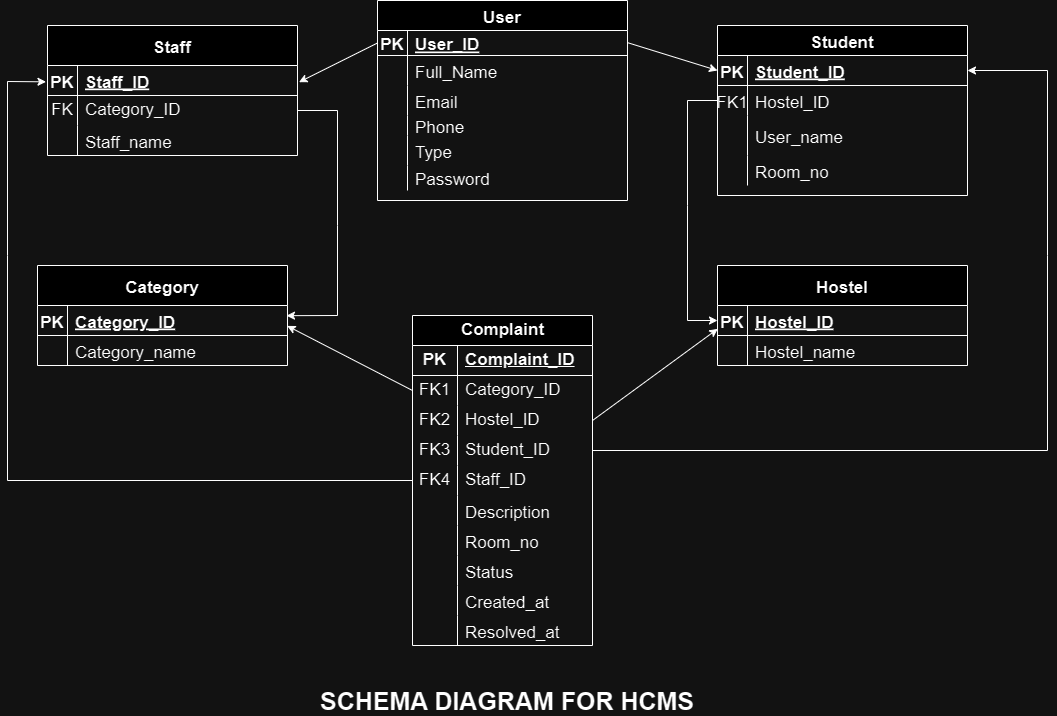
Above: images/HCMS(Schema_Diagram).drawio.png in MauuJo/Hostel-Complaint-Management-System (draw.io), before the change. Source tidied: cells renumbered, new cells last; positions are measured from the earlier drawing's top-left corner, leaving out a move shared by most shapes.
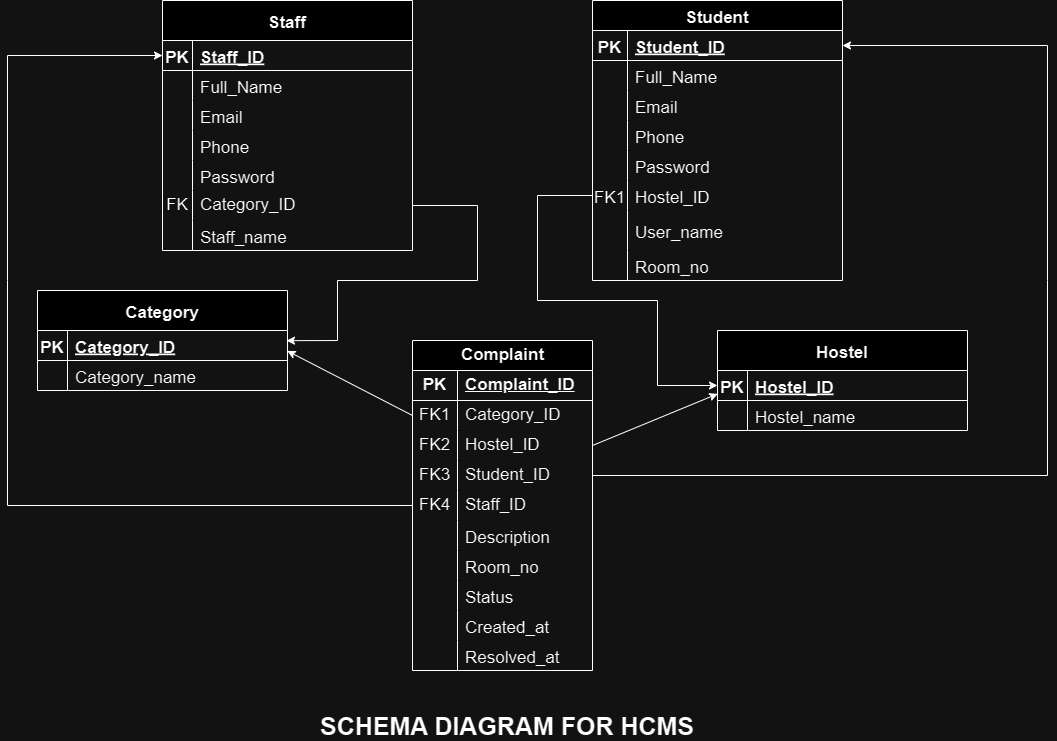
After the change.

What changed in the source:
```diff
@@ -3,46 +3,82 @@
     <mxCell id="0" />
     <mxCell id="1" parent="0" />
     <mxCell id="2" value="Student" style="shape=table;startSize=30;rowLines=0;fontStyle=1;align=center;fontSize=17;" parent="1" vertex="1">
-      <mxGeometry x="710" y="25" width="250" height="170" as="geometry" />
+      <mxGeometry x="585" y="-25" width="250" height="280" as="geometry" />
     </mxCell>
     <mxCell id="3" style="shape=partialRectangle;fillColor=none;points=[[0,0.5],[1,0.5]];portConstraint=eastwest;top=0;left=0;right=0;bottom=1;fontSize=17;" parent="2" vertex="1">
       <mxGeometry y="30" width="250" height="30" as="geometry" />
     </mxCell>
     <mxCell id="4" value="PK" style="shape=partialRectangle;overflow=hidden;fillColor=none;top=0;left=0;bottom=0;right=0;fontStyle=1;fontSize=17;" parent="3" vertex="1">
-      <mxGeometry width="30" height="30" as="geometry" />
+      <mxGeometry width="35" height="30" as="geometry" />
     </mxCell>
     <mxCell id="5" value="Student_ID" style="shape=partialRectangle;overflow=hidden;fillColor=none;top=0;left=0;bottom=0;right=0;align=left;spacingLeft=6;fontStyle=5;fontSize=17;" parent="3" vertex="1">
-      <mxGeometry x="30" width="220" height="30" as="geometry" />
+      <mxGeometry x="35" width="215" height="30" as="geometry" />
     </mxCell>
+    <mxCell id="98" style="shape=tableRow;horizontal=0;startSize=0;swimlaneHead=0;swimlaneBody=0;fillColor=none;top=0;left=0;right=0;bottom=0;" parent="2" vertex="1">
+      <mxGeometry y="60" width="250" height="30" as="geometry" />
+    </mxCell>
+    <mxCell id="99" style="shape=partialRectangle;fillColor=none;top=0;left=0;bottom=0;right=0;overflow=hidden;" parent="98" vertex="1">
+      <mxGeometry width="35" height="30" as="geometry" />
+    </mxCell>
+    <mxCell id="100" value="Full_Name" style="shape=partialRectangle;fillColor=none;top=0;left=0;bottom=0;right=0;align=left;spacingLeft=6;overflow=hidden;fontSize=17;" parent="98" vertex="1">
+      <mxGeometry x="35" width="215" height="30" as="geometry" />
+    </mxCell>
+    <mxCell id="101" style="shape=tableRow;horizontal=0;startSize=0;swimlaneHead=0;swimlaneBody=0;fillColor=none;top=0;left=0;right=0;bottom=0;" parent="2" vertex="1">
+      <mxGeometry y="90" width="250" height="30" as="geometry" />
+    </mxCell>
+    <mxCell id="102" style="shape=partialRectangle;fillColor=none;top=0;left=0;bottom=0;right=0;overflow=hidden;" parent="101" vertex="1">
+      <mxGeometry width="35" height="30" as="geometry" />
+    </mxCell>
+    <mxCell id="103" value="Email" style="shape=partialRectangle;fillColor=none;top=0;left=0;bottom=0;right=0;align=left;spacingLeft=6;overflow=hidden;fontSize=17;" parent="101" vertex="1">
+      <mxGeometry x="35" width="215" height="30" as="geometry" />
+    </mxCell>
+    <mxCell id="104" style="shape=tableRow;horizontal=0;startSize=0;swimlaneHead=0;swimlaneBody=0;fillColor=none;top=0;left=0;right=0;bottom=0;" parent="2" vertex="1">
+      <mxGeometry y="120" width="250" height="30" as="geometry" />
+    </mxCell>
+    <mxCell id="105" style="shape=partialRectangle;fillColor=none;top=0;left=0;bottom=0;right=0;overflow=hidden;" parent="104" vertex="1">
+      <mxGeometry width="35" height="30" as="geometry" />
+    </mxCell>
+    <mxCell id="106" value="Phone" style="shape=partialRectangle;fillColor=none;top=0;left=0;bottom=0;right=0;align=left;spacingLeft=6;overflow=hidden;fontSize=17;" parent="104" vertex="1">
+      <mxGeometry x="35" width="215" height="30" as="geometry" />
+    </mxCell>
+    <mxCell id="107" style="shape=tableRow;horizontal=0;startSize=0;swimlaneHead=0;swimlaneBody=0;fillColor=none;top=0;left=0;right=0;bottom=0;" parent="2" vertex="1">
+      <mxGeometry y="150" width="250" height="30" as="geometry" />
+    </mxCell>
+    <mxCell id="108" style="shape=partialRectangle;fillColor=none;top=0;left=0;bottom=0;right=0;overflow=hidden;" parent="107" vertex="1">
+      <mxGeometry width="35" height="30" as="geometry" />
+    </mxCell>
+    <mxCell id="109" value="Password" style="shape=partialRectangle;fillColor=none;top=0;left=0;bottom=0;right=0;align=left;spacingLeft=6;overflow=hidden;fontSize=17;" parent="107" vertex="1">
+      <mxGeometry x="35" width="215" height="30" as="geometry" />
+    </mxCell>
     <mxCell id="6" style="shape=partialRectangle;fillColor=none;points=[[0,0.5],[1,0.5]];portConstraint=eastwest;top=0;left=0;right=0;bottom=0;fontSize=17;" parent="2" vertex="1">
-      <mxGeometry y="60" width="250" height="30" as="geometry" />
+      <mxGeometry y="180" width="250" height="30" as="geometry" />
     </mxCell>
     <mxCell id="7" value="FK1" style="shape=partialRectangle;overflow=hidden;fillColor=none;top=0;left=0;bottom=0;right=0;fontSize=17;" parent="6" vertex="1">
-      <mxGeometry width="30" height="30" as="geometry" />
+      <mxGeometry width="35" height="30" as="geometry" />
     </mxCell>
     <mxCell id="8" value="Hostel_ID" style="shape=partialRectangle;overflow=hidden;fillColor=none;top=0;left=0;bottom=0;right=0;align=left;spacingLeft=6;fontSize=17;" parent="6" vertex="1">
-      <mxGeometry x="30" width="220" height="30" as="geometry" />
+      <mxGeometry x="35" width="215" height="30" as="geometry" />
     </mxCell>
     <mxCell id="9" style="shape=partialRectangle;fillColor=none;top=0;left=0;right=0;bottom=0;fontSize=17;" parent="2" vertex="1">
-      <mxGeometry y="90" width="250" height="40" as="geometry" />
+      <mxGeometry y="210" width="250" height="40" as="geometry" />
     </mxCell>
     <mxCell id="10" style="shape=partialRectangle;overflow=hidden;fillColor=none;top=0;left=0;bottom=0;right=0;fontSize=17;" parent="9" vertex="1">
-      <mxGeometry width="30" height="40" as="geometry" />
+      <mxGeometry width="35" height="40" as="geometry" />
     </mxCell>
     <mxCell id="11" value="User_name" style="shape=partialRectangle;overflow=hidden;fillColor=none;top=0;left=0;bottom=0;right=0;align=left;spacingLeft=6;fontSize=17;" parent="9" vertex="1">
-      <mxGeometry x="30" width="220" height="40" as="geometry" />
+      <mxGeometry x="35" width="215" height="40" as="geometry" />
     </mxCell>
     <mxCell id="12" style="shape=tableRow;horizontal=0;startSize=0;swimlaneHead=0;swimlaneBody=0;fillColor=none;top=0;left=0;right=0;bottom=0;fontSize=17;" parent="2" vertex="1">
-      <mxGeometry y="130" width="250" height="30" as="geometry" />
+      <mxGeometry y="250" width="250" height="30" as="geometry" />
     </mxCell>
     <mxCell id="13" style="shape=partialRectangle;fillColor=none;top=0;left=0;bottom=0;right=0;overflow=hidden;fontSize=17;" parent="12" vertex="1">
-      <mxGeometry width="30" height="30" as="geometry" />
+      <mxGeometry width="35" height="30" as="geometry" />
     </mxCell>
     <mxCell id="14" value="Room_no" style="shape=partialRectangle;fillColor=none;top=0;left=0;bottom=0;right=0;align=left;spacingLeft=6;overflow=hidden;fontSize=17;" parent="12" vertex="1">
-      <mxGeometry x="30" width="220" height="30" as="geometry" />
+      <mxGeometry x="35" width="215" height="30" as="geometry" />
     </mxCell>
     <mxCell id="15" value="Hostel" style="shape=table;startSize=40;rowLines=0;fontStyle=1;align=center;fontSize=17;" parent="1" vertex="1">
-      <mxGeometry x="710" y="265" width="250" height="100" as="geometry" />
+      <mxGeometry x="710" y="305" width="250" height="100" as="geometry" />
     </mxCell>
     <mxCell id="16" style="shape=partialRectangle;fillColor=none;points=[[0,0.5],[1,0.5]];portConstraint=eastwest;top=0;left=0;right=0;bottom=1;fontSize=17;" parent="15" vertex="1">
       <mxGeometry y="40" width="250" height="30" as="geometry" />
@@ -62,63 +98,6 @@
     <mxCell id="21" value="Hostel_name" style="shape=partialRectangle;overflow=hidden;fillColor=none;top=0;left=0;bottom=0;right=0;align=left;spacingLeft=6;fontSize=17;" parent="19" vertex="1">
       <mxGeometry x="30" width="220" height="30" as="geometry" />
     </mxCell>
-    <mxCell id="22" value="User" style="shape=table;startSize=30;rowLines=0;fontStyle=1;align=center;fontSize=17;" parent="1" vertex="1">
-      <mxGeometry x="370" width="250" height="200" as="geometry" />
-    </mxCell>
-    <mxCell id="23" style="shape=partialRectangle;fillColor=none;points=[[0,0.5],[1,0.5]];portConstraint=eastwest;top=0;left=0;right=0;bottom=1;fontSize=17;" parent="22" vertex="1">
-      <mxGeometry y="30" width="250" height="25" as="geometry" />
-    </mxCell>
-    <mxCell id="24" value="PK" style="shape=partialRectangle;overflow=hidden;fillColor=none;top=0;left=0;bottom=0;right=0;fontStyle=1;fontSize=17;" parent="23" vertex="1">
-      <mxGeometry width="30" height="25" as="geometry" />
-    </mxCell>
-    <mxCell id="25" value="User_ID" style="shape=partialRectangle;overflow=hidden;fillColor=none;top=0;left=0;bottom=0;right=0;align=left;spacingLeft=6;fontStyle=5;fontSize=17;" parent="23" vertex="1">
-      <mxGeometry x="30" width="220" height="25" as="geometry" />
-    </mxCell>
-    <mxCell id="26" style="shape=partialRectangle;fillColor=none;points=[[0,0.5],[1,0.5]];portConstraint=eastwest;top=0;left=0;right=0;bottom=0;fontSize=17;" parent="22" vertex="1">
-      <mxGeometry y="55" width="250" height="30" as="geometry" />
-    </mxCell>
-    <mxCell id="27" style="shape=partialRectangle;overflow=hidden;fillColor=none;top=0;left=0;bottom=0;right=0;fontSize=17;" parent="26" vertex="1">
-      <mxGeometry width="30" height="30" as="geometry" />
-    </mxCell>
-    <mxCell id="28" value="Full_Name" style="shape=partialRectangle;overflow=hidden;fillColor=none;top=0;left=0;bottom=0;right=0;align=left;spacingLeft=6;fontSize=17;" parent="26" vertex="1">
-      <mxGeometry x="30" width="220" height="30" as="geometry" />
-    </mxCell>
-    <mxCell id="29" style="shape=tableRow;horizontal=0;startSize=0;swimlaneHead=0;swimlaneBody=0;fillColor=none;top=0;left=0;right=0;bottom=0;fontSize=17;" parent="22" vertex="1">
-      <mxGeometry y="85" width="250" height="30" as="geometry" />
-    </mxCell>
-    <mxCell id="30" style="shape=partialRectangle;fillColor=none;top=0;left=0;bottom=0;right=0;overflow=hidden;fontSize=17;" parent="29" vertex="1">
-      <mxGeometry width="30" height="30" as="geometry" />
-    </mxCell>
-    <mxCell id="31" value="Email" style="shape=partialRectangle;fillColor=none;top=0;left=0;bottom=0;right=0;align=left;spacingLeft=6;overflow=hidden;fontSize=17;" parent="29" vertex="1">
-      <mxGeometry x="30" width="220" height="30" as="geometry" />
-    </mxCell>
-    <mxCell id="32" style="shape=tableRow;horizontal=0;startSize=0;swimlaneHead=0;swimlaneBody=0;fillColor=none;top=0;left=0;right=0;bottom=0;fontSize=17;" parent="22" vertex="1">
-      <mxGeometry y="115" width="250" height="20" as="geometry" />
-    </mxCell>
-    <mxCell id="33" style="shape=partialRectangle;fillColor=none;top=0;left=0;bottom=0;right=0;overflow=hidden;fontSize=17;" parent="32" vertex="1">
-      <mxGeometry width="30" height="20" as="geometry" />
-    </mxCell>
-    <mxCell id="34" value="Phone" style="shape=partialRectangle;fillColor=none;top=0;left=0;bottom=0;right=0;align=left;spacingLeft=6;overflow=hidden;fontSize=17;" parent="32" vertex="1">
-      <mxGeometry x="30" width="220" height="20" as="geometry" />
-    </mxCell>
-    <mxCell id="35" style="shape=tableRow;horizontal=0;startSize=0;swimlaneHead=0;swimlaneBody=0;fillColor=none;top=0;left=0;right=0;bottom=0;fontSize=17;" parent="22" vertex="1">
-      <mxGeometry y="135" width="250" height="30" as="geometry" />
-    </mxCell>
-    <mxCell id="36" style="shape=partialRectangle;fillColor=none;top=0;left=0;bottom=0;right=0;overflow=hidden;fontSize=17;" parent="35" vertex="1">
-      <mxGeometry width="30" height="30" as="geometry" />
-    </mxCell>
-    <mxCell id="37" value="Type" style="shape=partialRectangle;fillColor=none;top=0;left=0;bottom=0;right=0;align=left;spacingLeft=6;overflow=hidden;fontSize=17;" parent="35" vertex="1">
-      <mxGeometry x="30" width="220" height="30" as="geometry" />
-    </mxCell>
-    <mxCell id="38" style="shape=tableRow;horizontal=0;startSize=0;swimlaneHead=0;swimlaneBody=0;fillColor=none;top=0;left=0;right=0;bottom=0;fontSize=17;" parent="22" vertex="1">
-      <mxGeometry y="165" width="250" height="25" as="geometry" />
-    </mxCell>
-    <mxCell id="39" style="shape=partialRectangle;fillColor=none;top=0;left=0;bottom=0;right=0;overflow=hidden;fontSize=17;" parent="38" vertex="1">
-      <mxGeometry width="30" height="25" as="geometry" />
-    </mxCell>
-    <mxCell id="40" value="Password" style="shape=partialRectangle;fillColor=none;top=0;left=0;bottom=0;right=0;align=left;spacingLeft=6;overflow=hidden;fontSize=17;" parent="38" vertex="1">
-      <mxGeometry x="30" width="220" height="25" as="geometry" />
-    </mxCell>
     <mxCell id="41" value="Complaint" style="shape=table;startSize=30;rowLines=0;fontStyle=1;align=center;html=1;fontSize=17;" parent="1" vertex="1">
       <mxGeometry x="405" y="315" width="180" height="330" as="geometry" />
     </mxCell>
@@ -234,7 +213,7 @@
       <mxGeometry x="30" width="220" height="30" as="geometry" />
     </mxCell>
     <mxCell id="79" value="Staff" style="shape=table;startSize=40;rowLines=0;fontStyle=1;align=center;fontSize=17;" parent="1" vertex="1">
-      <mxGeometry x="40" y="25" width="250" height="130" as="geometry" />
+      <mxGeometry x="155" y="-25" width="250" height="250" as="geometry" />
     </mxCell>
     <mxCell id="80" style="shape=partialRectangle;fillColor=none;points=[[0,0.5],[1,0.5]];portConstraint=eastwest;top=0;left=0;right=0;bottom=1;fontSize=17;" parent="79" vertex="1">
       <mxGeometry y="40" width="250" height="30" as="geometry" />
@@ -245,8 +224,44 @@
     <mxCell id="82" value="Staff_ID" style="shape=partialRectangle;overflow=hidden;fillColor=none;top=0;left=0;bottom=0;right=0;align=left;spacingLeft=6;fontStyle=5;fontSize=17;" parent="80" vertex="1">
       <mxGeometry x="30" width="220" height="30" as="geometry" />
     </mxCell>
+    <mxCell id="110" style="shape=tableRow;horizontal=0;startSize=0;swimlaneHead=0;swimlaneBody=0;fillColor=none;top=0;left=0;right=0;bottom=0;" parent="79" vertex="1">
+      <mxGeometry y="70" width="250" height="30" as="geometry" />
+    </mxCell>
+    <mxCell id="111" style="shape=partialRectangle;fillColor=none;top=0;left=0;bottom=0;right=0;overflow=hidden;" parent="110" vertex="1">
+      <mxGeometry width="30" height="30" as="geometry" />
+    </mxCell>
+    <mxCell id="112" value="Full_Name" style="shape=partialRectangle;fillColor=none;top=0;left=0;bottom=0;right=0;align=left;spacingLeft=6;overflow=hidden;fontSize=17;" parent="110" vertex="1">
+      <mxGeometry x="30" width="220" height="30" as="geometry" />
+    </mxCell>
+    <mxCell id="113" style="shape=tableRow;horizontal=0;startSize=0;swimlaneHead=0;swimlaneBody=0;fillColor=none;top=0;left=0;right=0;bottom=0;" parent="79" vertex="1">
+      <mxGeometry y="100" width="250" height="30" as="geometry" />
+    </mxCell>
+    <mxCell id="114" style="shape=partialRectangle;fillColor=none;top=0;left=0;bottom=0;right=0;overflow=hidden;" parent="113" vertex="1">
+      <mxGeometry width="30" height="30" as="geometry" />
+    </mxCell>
+    <mxCell id="31" value="Email" style="shape=partialRectangle;fillColor=none;top=0;left=0;bottom=0;right=0;align=left;spacingLeft=6;overflow=hidden;fontSize=17;" parent="113" vertex="1">
+      <mxGeometry x="30" width="220" height="30" as="geometry" />
+    </mxCell>
+    <mxCell id="115" style="shape=tableRow;horizontal=0;startSize=0;swimlaneHead=0;swimlaneBody=0;fillColor=none;top=0;left=0;right=0;bottom=0;" parent="79" vertex="1">
+      <mxGeometry y="130" width="250" height="30" as="geometry" />
+    </mxCell>
+    <mxCell id="116" style="shape=partialRectangle;fillColor=none;top=0;left=0;bottom=0;right=0;overflow=hidden;" parent="115" vertex="1">
+      <mxGeometry width="30" height="30" as="geometry" />
+    </mxCell>
+    <mxCell id="117" value="Phone" style="shape=partialRectangle;fillColor=none;top=0;left=0;bottom=0;right=0;align=left;spacingLeft=6;overflow=hidden;fontSize=17;" parent="115" vertex="1">
+      <mxGeometry x="30" width="220" height="30" as="geometry" />
+    </mxCell>
+    <mxCell id="118" style="shape=tableRow;horizontal=0;startSize=0;swimlaneHead=0;swimlaneBody=0;fillColor=none;top=0;left=0;right=0;bottom=0;" parent="79" vertex="1">
+      <mxGeometry y="160" width="250" height="30" as="geometry" />
+    </mxCell>
+    <mxCell id="119" style="shape=partialRectangle;fillColor=none;top=0;left=0;bottom=0;right=0;overflow=hidden;" parent="118" vertex="1">
+      <mxGeometry width="30" height="30" as="geometry" />
+    </mxCell>
+    <mxCell id="120" value="Password" style="shape=partialRectangle;fillColor=none;top=0;left=0;bottom=0;right=0;align=left;spacingLeft=6;overflow=hidden;fontSize=17;" parent="118" vertex="1">
+      <mxGeometry x="30" width="220" height="30" as="geometry" />
+    </mxCell>
     <mxCell id="83" style="shape=tableRow;horizontal=0;startSize=0;swimlaneHead=0;swimlaneBody=0;fillColor=none;points=[[0,0.5],[1,0.5]];portConstraint=eastwest;top=0;left=0;right=0;bottom=0;fontSize=17;" parent="79" vertex="1">
-      <mxGeometry y="70" width="250" height="30" as="geometry" />
+      <mxGeometry y="190" width="250" height="30" as="geometry" />
     </mxCell>
     <mxCell id="84" value="FK" style="shape=partialRectangle;fillColor=none;top=0;left=0;bottom=0;right=0;fontStyle=0;overflow=hidden;whiteSpace=wrap;html=1;fontSize=17;" parent="83" vertex="1">
       <mxGeometry width="30" height="30" as="geometry" />
@@ -255,7 +270,7 @@
       <mxGeometry x="30" width="220" height="30" as="geometry" />
     </mxCell>
     <mxCell id="86" style="shape=partialRectangle;fillColor=none;top=0;left=0;right=0;bottom=0;fontSize=17;" parent="79" vertex="1">
-      <mxGeometry y="100" width="250" height="30" as="geometry" />
+      <mxGeometry y="220" width="250" height="30" as="geometry" />
     </mxCell>
     <mxCell id="87" style="shape=partialRectangle;overflow=hidden;fillColor=none;top=0;left=0;bottom=0;right=0;fontSize=17;" parent="86" vertex="1">
       <mxGeometry width="30" height="30" as="geometry" />
@@ -263,17 +278,12 @@
     <mxCell id="88" value="Staff_name" style="shape=partialRectangle;overflow=hidden;fillColor=none;top=0;left=0;bottom=0;right=0;align=left;spacingLeft=6;fontSize=17;" parent="86" vertex="1">
       <mxGeometry x="30" width="220" height="30" as="geometry" />
     </mxCell>
-    <mxCell id="89" style="endArrow=classic;html=1;rounded=0;entryX=0;entryY=0.5;entryDx=0;entryDy=0;exitX=1.001;exitY=-0.426;exitDx=0;exitDy=0;exitPerimeter=0;fontSize=17;" parent="1" edge="1" source="26" target="3">
-      <mxGeometry relative="1" as="geometry" />
-    </mxCell>
-    <mxCell id="90" style="endArrow=classic;html=1;rounded=0;entryX=1.006;entryY=-0.444;entryDx=0;entryDy=0;entryPerimeter=0;exitX=0;exitY=0.5;exitDx=0;exitDy=0;fontSize=17;" parent="1" edge="1" source="23" target="83">
-      <mxGeometry relative="1" as="geometry" />
-    </mxCell>
     <mxCell id="91" style="endArrow=classic;html=1;rounded=0;entryX=0.996;entryY=0.339;entryDx=0;entryDy=0;entryPerimeter=0;exitX=1;exitY=0.5;exitDx=0;exitDy=0;fontSize=17;" parent="1" edge="1" source="83" target="73">
       <mxGeometry relative="1" as="geometry">
         <Array as="points">
-          <mxPoint x="330" y="110" />
-          <mxPoint x="330" y="225" />
+          <mxPoint x="470" y="180" />
+          <mxPoint x="470" y="255" />
+          <mxPoint x="330" y="255" />
           <mxPoint x="330" y="315" />
         </Array>
       </mxGeometry>
@@ -281,9 +291,10 @@
     <mxCell id="92" style="endArrow=classic;html=1;rounded=0;entryX=0;entryY=0.5;entryDx=0;entryDy=0;exitX=0;exitY=0.5;exitDx=0;exitDy=0;fontSize=17;" parent="1" edge="1" source="6" target="16">
       <mxGeometry relative="1" as="geometry">
         <Array as="points">
-          <mxPoint x="680" y="100" />
-          <mxPoint x="680" y="205" />
-          <mxPoint x="680" y="320" />
+          <mxPoint x="530" y="170" />
+          <mxPoint x="530" y="275" />
+          <mxPoint x="650" y="275" />
+          <mxPoint x="650" y="360" />
         </Array>
       </mxGeometry>
     </mxCell>
@@ -293,12 +304,12 @@
     <mxCell id="94" style="endArrow=classic;html=1;rounded=0;exitX=1;exitY=0.5;exitDx=0;exitDy=0;entryX=0.001;entryY=0.778;entryDx=0;entryDy=0;entryPerimeter=0;fontSize=17;" parent="1" edge="1" source="48" target="16">
       <mxGeometry relative="1" as="geometry" />
     </mxCell>
-    <mxCell id="95" style="endArrow=classic;html=1;rounded=0;entryX=-0.006;entryY=-0.456;entryDx=0;entryDy=0;entryPerimeter=0;exitX=0;exitY=0.5;exitDx=0;exitDy=0;fontSize=17;" parent="1" edge="1" source="54" target="83">
+    <mxCell id="95" style="endArrow=classic;html=1;rounded=0;entryX=0;entryY=0.5;entryDx=0;entryDy=0;exitX=0;exitY=0.5;exitDx=0;exitDy=0;fontSize=17;" parent="1" edge="1" source="54" target="80">
       <mxGeometry relative="1" as="geometry">
         <Array as="points">
           <mxPoint y="480" />
           <mxPoint y="255" />
-          <mxPoint y="81" />
+          <mxPoint y="30" />
         </Array>
       </mxGeometry>
     </mxCell>
@@ -307,7 +318,7 @@
         <Array as="points">
           <mxPoint x="1040" y="450" />
           <mxPoint x="1040" y="255" />
-          <mxPoint x="1040" y="70" />
+          <mxPoint x="1040" y="20" />
         </Array>
       </mxGeometry>
     </mxCell>
```
